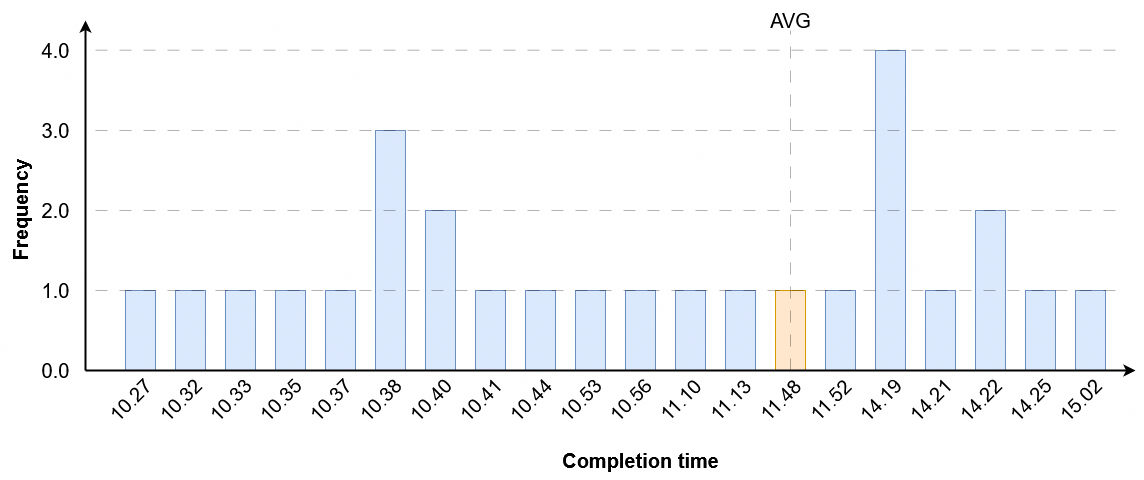
This is definition/images/participants/Participants_frequency.png from cristianlepore/Self-Sovereign-Identity, a draw.io export, as it was before one commit. Source tidied: cells renumbered, new cells last; positions are measured from the earlier drawing's top-left corner, leaving out a move shared by most shapes. Its diagram source:
```xml
<mxGraphModel>
  <root>
    <mxCell id="0" />
    <mxCell id="1" parent="0" />
    <mxCell id="2" value="&lt;font style=&quot;font-size: 20px;&quot;&gt;11.48&lt;font&gt;&lt;br&gt;&lt;/font&gt;&lt;/font&gt;" style="text;html=1;align=center;verticalAlign=middle;strokeColor=none;fillColor=none;rotation=-45;" parent="1" vertex="1">
      <mxGeometry x="785" y="380" width="70" height="40" as="geometry" />
    </mxCell>
    <mxCell id="3" style="endArrow=classic;html=1;rounded=0;strokeWidth=2;" parent="1" edge="1">
      <mxGeometry relative="1" as="geometry">
        <mxPoint x="125" y="370" as="sourcePoint" />
        <mxPoint x="125" y="20" as="targetPoint" />
      </mxGeometry>
    </mxCell>
    <mxCell id="4" value="&lt;b&gt;&lt;font style=&quot;font-size: 20px;&quot;&gt;Frequency&lt;/font&gt;&lt;/b&gt;" style="text;html=1;align=center;verticalAlign=middle;strokeColor=none;fillColor=none;rotation=-90;" parent="1" vertex="1">
      <mxGeometry y="190" width="120" height="40" as="geometry" />
    </mxCell>
    <mxCell id="5" value="&lt;b&gt;&lt;font style=&quot;font-size: 20px;&quot;&gt;Completion time&lt;br&gt;&lt;/font&gt;&lt;/b&gt;" style="text;html=1;align=center;verticalAlign=middle;strokeColor=none;fillColor=none;rotation=0;" parent="1" vertex="1">
      <mxGeometry x="590" y="440" width="180" height="40" as="geometry" />
    </mxCell>
    <mxCell id="6" style="rounded=0;whiteSpace=wrap;html=1;fillColor=#dae8fc;strokeColor=#6c8ebf;" parent="1" vertex="1">
      <mxGeometry x="165" y="290" width="30" height="80" as="geometry" />
    </mxCell>
    <mxCell id="7" style="rounded=0;whiteSpace=wrap;html=1;fillColor=#dae8fc;strokeColor=#6c8ebf;" parent="1" vertex="1">
      <mxGeometry x="215" y="290" width="30" height="80" as="geometry" />
    </mxCell>
    <mxCell id="8" style="rounded=0;whiteSpace=wrap;html=1;fillColor=#dae8fc;strokeColor=#6c8ebf;" parent="1" vertex="1">
      <mxGeometry x="265" y="290" width="30" height="80" as="geometry" />
    </mxCell>
    <mxCell id="9" style="rounded=0;whiteSpace=wrap;html=1;fillColor=#dae8fc;strokeColor=#6c8ebf;" parent="1" vertex="1">
      <mxGeometry x="315" y="290" width="30" height="80" as="geometry" />
    </mxCell>
    <mxCell id="10" style="rounded=0;whiteSpace=wrap;html=1;fillColor=#dae8fc;strokeColor=#6c8ebf;" parent="1" vertex="1">
      <mxGeometry x="365" y="290" width="30" height="80" as="geometry" />
    </mxCell>
    <mxCell id="11" style="rounded=0;whiteSpace=wrap;html=1;fillColor=#dae8fc;strokeColor=#6c8ebf;" parent="1" vertex="1">
      <mxGeometry x="415" y="130" width="30" height="240" as="geometry" />
    </mxCell>
    <mxCell id="12" style="rounded=0;whiteSpace=wrap;html=1;fillColor=#dae8fc;strokeColor=#6c8ebf;" parent="1" vertex="1">
      <mxGeometry x="465" y="210" width="30" height="160" as="geometry" />
    </mxCell>
    <mxCell id="13" style="rounded=0;whiteSpace=wrap;html=1;fillColor=#dae8fc;strokeColor=#6c8ebf;" parent="1" vertex="1">
      <mxGeometry x="515" y="290" width="30" height="80" as="geometry" />
    </mxCell>
    <mxCell id="14" style="rounded=0;whiteSpace=wrap;html=1;fillColor=#dae8fc;strokeColor=#6c8ebf;" parent="1" vertex="1">
      <mxGeometry x="565" y="290" width="30" height="80" as="geometry" />
    </mxCell>
    <mxCell id="15" style="rounded=0;whiteSpace=wrap;html=1;fillColor=#dae8fc;strokeColor=#6c8ebf;" parent="1" vertex="1">
      <mxGeometry x="615" y="290" width="30" height="80" as="geometry" />
    </mxCell>
    <mxCell id="16" style="rounded=0;whiteSpace=wrap;html=1;fillColor=#dae8fc;strokeColor=#6c8ebf;" parent="1" vertex="1">
      <mxGeometry x="665" y="290" width="30" height="80" as="geometry" />
    </mxCell>
    <mxCell id="17" style="rounded=0;whiteSpace=wrap;html=1;fillColor=#dae8fc;strokeColor=#6c8ebf;" parent="1" vertex="1">
      <mxGeometry x="715" y="290" width="30" height="80" as="geometry" />
    </mxCell>
    <mxCell id="18" style="rounded=0;whiteSpace=wrap;html=1;fillColor=#dae8fc;strokeColor=#6c8ebf;" parent="1" vertex="1">
      <mxGeometry x="765" y="290" width="30" height="80" as="geometry" />
    </mxCell>
    <mxCell id="19" style="rounded=0;whiteSpace=wrap;html=1;fillColor=#ffe6cc;strokeColor=#d79b00;" parent="1" vertex="1">
      <mxGeometry x="815" y="290" width="30" height="80" as="geometry" />
    </mxCell>
    <mxCell id="20" style="rounded=0;whiteSpace=wrap;html=1;fillColor=#dae8fc;strokeColor=#6c8ebf;" parent="1" vertex="1">
      <mxGeometry x="865" y="290" width="30" height="80" as="geometry" />
    </mxCell>
    <mxCell id="21" style="rounded=0;whiteSpace=wrap;html=1;fillColor=#dae8fc;strokeColor=#6c8ebf;" parent="1" vertex="1">
      <mxGeometry x="1015" y="210" width="30" height="160" as="geometry" />
    </mxCell>
    <mxCell id="22" style="rounded=0;whiteSpace=wrap;html=1;fillColor=#dae8fc;strokeColor=#6c8ebf;" parent="1" vertex="1">
      <mxGeometry x="965" y="290" width="30" height="80" as="geometry" />
    </mxCell>
    <mxCell id="23" style="rounded=0;whiteSpace=wrap;html=1;fillColor=#dae8fc;strokeColor=#6c8ebf;" parent="1" vertex="1">
      <mxGeometry x="1065" y="290" width="30" height="80" as="geometry" />
    </mxCell>
    <mxCell id="24" style="rounded=0;whiteSpace=wrap;html=1;fillColor=#dae8fc;strokeColor=#6c8ebf;" parent="1" vertex="1">
      <mxGeometry x="1115" y="290" width="30" height="80" as="geometry" />
    </mxCell>
    <mxCell id="25" style="rounded=0;whiteSpace=wrap;html=1;fillColor=#dae8fc;strokeColor=#6c8ebf;" parent="1" vertex="1">
      <mxGeometry x="915" y="50" width="30" height="320" as="geometry" />
    </mxCell>
    <mxCell id="26" value="&lt;font style=&quot;font-size: 20px;&quot;&gt;0.0&lt;font&gt;&lt;br&gt;&lt;/font&gt;&lt;/font&gt;" style="text;html=1;align=center;verticalAlign=middle;strokeColor=none;fillColor=none;rotation=0;" parent="1" vertex="1">
      <mxGeometry x="70" y="350" width="50" height="40" as="geometry" />
    </mxCell>
    <mxCell id="27" value="&lt;font style=&quot;font-size: 20px;&quot;&gt;1.0&lt;font&gt;&lt;br&gt;&lt;/font&gt;&lt;/font&gt;" style="text;html=1;align=center;verticalAlign=middle;strokeColor=none;fillColor=none;rotation=0;" parent="1" vertex="1">
      <mxGeometry x="70" y="270" width="50" height="40" as="geometry" />
    </mxCell>
    <mxCell id="28" value="&lt;font style=&quot;font-size: 20px;&quot;&gt;3.0&lt;font&gt;&lt;br&gt;&lt;/font&gt;&lt;/font&gt;" style="text;html=1;align=center;verticalAlign=middle;strokeColor=none;fillColor=none;rotation=0;" parent="1" vertex="1">
      <mxGeometry x="70" y="110" width="50" height="40" as="geometry" />
    </mxCell>
    <mxCell id="29" value="&lt;font style=&quot;font-size: 20px;&quot;&gt;4.0&lt;font&gt;&lt;br&gt;&lt;/font&gt;&lt;/font&gt;" style="text;html=1;align=center;verticalAlign=middle;strokeColor=none;fillColor=none;rotation=0;" parent="1" vertex="1">
      <mxGeometry x="70" y="30" width="50" height="40" as="geometry" />
    </mxCell>
    <mxCell id="30" value="&lt;font style=&quot;font-size: 20px;&quot;&gt;2.0&lt;font&gt;&lt;br&gt;&lt;/font&gt;&lt;/font&gt;" style="text;html=1;align=center;verticalAlign=middle;strokeColor=none;fillColor=none;rotation=0;" parent="1" vertex="1">
      <mxGeometry x="70" y="190" width="50" height="40" as="geometry" />
    </mxCell>
    <mxCell id="31" style="endArrow=none;dashed=1;html=1;rounded=0;dashPattern=12 12;opacity=30;" parent="1" edge="1">
      <mxGeometry relative="1" as="geometry">
        <mxPoint x="135" y="130" as="sourcePoint" />
        <mxPoint x="1155" y="130" as="targetPoint" />
      </mxGeometry>
    </mxCell>
    <mxCell id="32" style="endArrow=none;dashed=1;html=1;rounded=0;dashPattern=12 12;opacity=30;" parent="1" edge="1">
      <mxGeometry relative="1" as="geometry">
        <mxPoint x="135" y="49.7" as="sourcePoint" />
        <mxPoint x="1155" y="49.7" as="targetPoint" />
      </mxGeometry>
    </mxCell>
    <mxCell id="33" style="endArrow=none;dashed=1;html=1;rounded=0;dashPattern=12 12;opacity=30;" parent="1" edge="1">
      <mxGeometry relative="1" as="geometry">
        <mxPoint x="135" y="290" as="sourcePoint" />
        <mxPoint x="1155" y="290" as="targetPoint" />
      </mxGeometry>
    </mxCell>
    <mxCell id="34" style="endArrow=none;dashed=1;html=1;rounded=0;dashPattern=12 12;opacity=30;" parent="1" edge="1">
      <mxGeometry relative="1" as="geometry">
        <mxPoint x="135" y="210" as="sourcePoint" />
        <mxPoint x="1155" y="210" as="targetPoint" />
      </mxGeometry>
    </mxCell>
    <mxCell id="35" style="endArrow=classic;html=1;rounded=0;strokeWidth=2;" parent="1" edge="1">
      <mxGeometry relative="1" as="geometry">
        <mxPoint x="125" y="370" as="sourcePoint" />
        <mxPoint x="1175" y="370" as="targetPoint" />
      </mxGeometry>
    </mxCell>
    <mxCell id="36" value="&lt;font style=&quot;font-size: 20px;&quot;&gt;10.27&lt;font&gt;&lt;br&gt;&lt;/font&gt;&lt;/font&gt;" style="text;html=1;align=center;verticalAlign=middle;strokeColor=none;fillColor=none;rotation=-45;" parent="1" vertex="1">
      <mxGeometry x="135" y="380" width="70" height="40" as="geometry" />
    </mxCell>
    <mxCell id="37" value="&lt;font style=&quot;font-size: 20px;&quot;&gt;10.32&lt;font&gt;&lt;br&gt;&lt;/font&gt;&lt;/font&gt;" style="text;html=1;align=center;verticalAlign=middle;strokeColor=none;fillColor=none;rotation=-45;" parent="1" vertex="1">
      <mxGeometry x="185" y="380" width="70" height="40" as="geometry" />
    </mxCell>
    <mxCell id="38" value="&lt;font style=&quot;font-size: 20px;&quot;&gt;10.33&lt;font&gt;&lt;br&gt;&lt;/font&gt;&lt;/font&gt;" style="text;html=1;align=center;verticalAlign=middle;strokeColor=none;fillColor=none;rotation=-45;" parent="1" vertex="1">
      <mxGeometry x="235" y="380" width="70" height="40" as="geometry" />
    </mxCell>
    <mxCell id="39" value="&lt;font style=&quot;font-size: 20px;&quot;&gt;10.35&lt;font&gt;&lt;br&gt;&lt;/font&gt;&lt;/font&gt;" style="text;html=1;align=center;verticalAlign=middle;strokeColor=none;fillColor=none;rotation=-45;" parent="1" vertex="1">
      <mxGeometry x="285" y="380" width="70" height="40" as="geometry" />
    </mxCell>
    <mxCell id="40" value="&lt;font style=&quot;font-size: 20px;&quot;&gt;10.37&lt;font&gt;&lt;br&gt;&lt;/font&gt;&lt;/font&gt;" style="text;html=1;align=center;verticalAlign=middle;strokeColor=none;fillColor=none;rotation=-45;" parent="1" vertex="1">
      <mxGeometry x="335" y="380" width="70" height="40" as="geometry" />
    </mxCell>
    <mxCell id="41" value="&lt;font style=&quot;font-size: 20px;&quot;&gt;10.38&lt;font&gt;&lt;br&gt;&lt;/font&gt;&lt;/font&gt;" style="text;html=1;align=center;verticalAlign=middle;strokeColor=none;fillColor=none;rotation=-45;" parent="1" vertex="1">
      <mxGeometry x="385" y="380" width="70" height="40" as="geometry" />
    </mxCell>
    <mxCell id="42" value="&lt;font style=&quot;font-size: 20px;&quot;&gt;10.40&lt;font&gt;&lt;br&gt;&lt;/font&gt;&lt;/font&gt;" style="text;html=1;align=center;verticalAlign=middle;strokeColor=none;fillColor=none;rotation=-45;" parent="1" vertex="1">
      <mxGeometry x="435" y="380" width="70" height="40" as="geometry" />
    </mxCell>
    <mxCell id="43" value="&lt;font style=&quot;font-size: 20px;&quot;&gt;10.41&lt;font&gt;&lt;br&gt;&lt;/font&gt;&lt;/font&gt;" style="text;html=1;align=center;verticalAlign=middle;strokeColor=none;fillColor=none;rotation=-45;" parent="1" vertex="1">
      <mxGeometry x="485" y="380" width="70" height="40" as="geometry" />
    </mxCell>
    <mxCell id="44" value="&lt;font style=&quot;font-size: 20px;&quot;&gt;10.44&lt;font&gt;&lt;br&gt;&lt;/font&gt;&lt;/font&gt;" style="text;html=1;align=center;verticalAlign=middle;strokeColor=none;fillColor=none;rotation=-45;" parent="1" vertex="1">
      <mxGeometry x="535" y="380" width="70" height="40" as="geometry" />
    </mxCell>
    <mxCell id="45" value="&lt;font style=&quot;font-size: 20px;&quot;&gt;10.53&lt;font&gt;&lt;br&gt;&lt;/font&gt;&lt;/font&gt;" style="text;html=1;align=center;verticalAlign=middle;strokeColor=none;fillColor=none;rotation=-45;" parent="1" vertex="1">
      <mxGeometry x="585" y="380" width="70" height="40" as="geometry" />
    </mxCell>
    <mxCell id="46" value="&lt;font style=&quot;font-size: 20px;&quot;&gt;10.56&lt;font&gt;&lt;br&gt;&lt;/font&gt;&lt;/font&gt;" style="text;html=1;align=center;verticalAlign=middle;strokeColor=none;fillColor=none;rotation=-45;" parent="1" vertex="1">
      <mxGeometry x="635" y="380" width="70" height="40" as="geometry" />
    </mxCell>
    <mxCell id="47" value="&lt;font style=&quot;font-size: 20px;&quot;&gt;11.10&lt;font&gt;&lt;br&gt;&lt;/font&gt;&lt;/font&gt;" style="text;html=1;align=center;verticalAlign=middle;strokeColor=none;fillColor=none;rotation=-45;" parent="1" vertex="1">
      <mxGeometry x="685" y="380" width="70" height="40" as="geometry" />
    </mxCell>
    <mxCell id="48" value="&lt;font style=&quot;font-size: 20px;&quot;&gt;11.13&lt;font&gt;&lt;br&gt;&lt;/font&gt;&lt;/font&gt;" style="text;html=1;align=center;verticalAlign=middle;strokeColor=none;fillColor=none;rotation=-45;" parent="1" vertex="1">
      <mxGeometry x="735" y="380" width="70" height="40" as="geometry" />
    </mxCell>
    <mxCell id="49" value="&lt;font style=&quot;font-size: 20px;&quot;&gt;11.52&lt;font&gt;&lt;br&gt;&lt;/font&gt;&lt;/font&gt;" style="text;html=1;align=center;verticalAlign=middle;strokeColor=none;fillColor=none;rotation=-45;" parent="1" vertex="1">
      <mxGeometry x="835" y="380" width="70" height="40" as="geometry" />
    </mxCell>
    <mxCell id="50" value="&lt;font style=&quot;font-size: 20px;&quot;&gt;14.19&lt;font&gt;&lt;br&gt;&lt;/font&gt;&lt;/font&gt;" style="text;html=1;align=center;verticalAlign=middle;strokeColor=none;fillColor=none;rotation=-45;" parent="1" vertex="1">
      <mxGeometry x="885" y="380" width="70" height="40" as="geometry" />
    </mxCell>
    <mxCell id="51" value="&lt;font style=&quot;font-size: 20px;&quot;&gt;14.21&lt;font&gt;&lt;br&gt;&lt;/font&gt;&lt;/font&gt;" style="text;html=1;align=center;verticalAlign=middle;strokeColor=none;fillColor=none;rotation=-45;" parent="1" vertex="1">
      <mxGeometry x="935" y="380" width="70" height="40" as="geometry" />
    </mxCell>
    <mxCell id="52" value="&lt;font style=&quot;font-size: 20px;&quot;&gt;14.22&lt;font&gt;&lt;br&gt;&lt;/font&gt;&lt;/font&gt;" style="text;html=1;align=center;verticalAlign=middle;strokeColor=none;fillColor=none;rotation=-45;" parent="1" vertex="1">
      <mxGeometry x="985" y="380" width="70" height="40" as="geometry" />
    </mxCell>
    <mxCell id="53" value="&lt;font style=&quot;font-size: 20px;&quot;&gt;14.25&lt;font&gt;&lt;br&gt;&lt;/font&gt;&lt;/font&gt;" style="text;html=1;align=center;verticalAlign=middle;strokeColor=none;fillColor=none;rotation=-45;" parent="1" vertex="1">
      <mxGeometry x="1035" y="380" width="70" height="40" as="geometry" />
    </mxCell>
    <mxCell id="54" value="&lt;font style=&quot;font-size: 20px;&quot;&gt;15.02&lt;font&gt;&lt;br&gt;&lt;/font&gt;&lt;/font&gt;" style="text;html=1;align=center;verticalAlign=middle;strokeColor=none;fillColor=none;rotation=-45;" parent="1" vertex="1">
      <mxGeometry x="1085" y="380" width="70" height="40" as="geometry" />
    </mxCell>
    <mxCell id="55" style="endArrow=none;html=1;rounded=0;dashed=1;dashPattern=12 12;opacity=30;" parent="1" edge="1">
      <mxGeometry relative="1" as="geometry">
        <mxPoint x="830" y="370" as="sourcePoint" />
        <mxPoint x="830" y="30" as="targetPoint" />
      </mxGeometry>
    </mxCell>
    <mxCell id="56" value="&lt;font style=&quot;font-size: 20px;&quot;&gt;AVG&lt;font&gt;&lt;br&gt;&lt;/font&gt;&lt;/font&gt;" style="text;html=1;align=center;verticalAlign=middle;strokeColor=none;fillColor=none;rotation=0;" parent="1" vertex="1">
      <mxGeometry x="800" width="60" height="40" as="geometry" />
    </mxCell>
  </root>
</mxGraphModel>
```
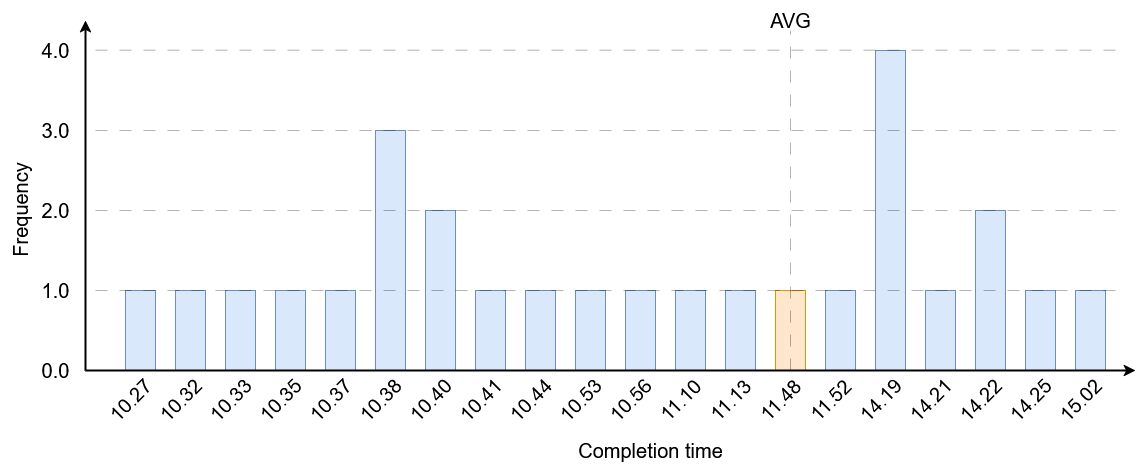
Later version of the same file.

The edit, as a diff of the source:
```diff
@@ -5,17 +5,17 @@
     <mxCell id="2" value="&lt;font style=&quot;font-size: 20px;&quot;&gt;11.48&lt;font&gt;&lt;br&gt;&lt;/font&gt;&lt;/font&gt;" style="text;html=1;align=center;verticalAlign=middle;strokeColor=none;fillColor=none;rotation=-45;" parent="1" vertex="1">
       <mxGeometry x="785" y="380" width="70" height="40" as="geometry" />
     </mxCell>
-    <mxCell id="3" style="endArrow=classic;html=1;rounded=0;strokeWidth=2;" parent="1" edge="1">
-      <mxGeometry relative="1" as="geometry">
-        <mxPoint x="125" y="370" as="sourcePoint" />
-        <mxPoint x="125" y="20" as="targetPoint" />
-      </mxGeometry>
-    </mxCell>
+    <mxCell id="57" style="endArrow=classic;html=1;rounded=0;strokeWidth=2;" parent="1" edge="1">
+      <mxGeometry relative="1" as="geometry">
+        <mxPoint x="125" y="370" as="sourcePoint" />
+        <mxPoint x="125" y="20" as="targetPoint" />
+      </mxGeometry>
+    </mxCell>
-    <mxCell id="4" value="&lt;b&gt;&lt;font style=&quot;font-size: 20px;&quot;&gt;Frequency&lt;/font&gt;&lt;/b&gt;" style="text;html=1;align=center;verticalAlign=middle;strokeColor=none;fillColor=none;rotation=-90;" parent="1" vertex="1">
+    <mxCell id="4" value="&lt;font style=&quot;font-size: 20px;&quot;&gt;Frequency&lt;/font&gt;" style="text;html=1;align=center;verticalAlign=middle;strokeColor=none;fillColor=none;rotation=-90;" parent="1" vertex="1">
       <mxGeometry y="190" width="120" height="40" as="geometry" />
     </mxCell>
-    <mxCell id="5" value="&lt;b&gt;&lt;font style=&quot;font-size: 20px;&quot;&gt;Completion time&lt;br&gt;&lt;/font&gt;&lt;/b&gt;" style="text;html=1;align=center;verticalAlign=middle;strokeColor=none;fillColor=none;rotation=0;" parent="1" vertex="1">
-      <mxGeometry x="590" y="440" width="180" height="40" as="geometry" />
+    <mxCell id="5" value="&lt;font style=&quot;font-size: 20px;&quot;&gt;Completion time&lt;/font&gt;&lt;b&gt;&lt;font style=&quot;font-size: 20px;&quot;&gt;&lt;br&gt;&lt;/font&gt;&lt;/b&gt;" style="text;html=1;align=center;verticalAlign=middle;strokeColor=none;fillColor=none;rotation=0;" parent="1" vertex="1">
+      <mxGeometry x="605" y="430" width="170" height="40" as="geometry" />
     </mxCell>
     <mxCell id="6" style="rounded=0;whiteSpace=wrap;html=1;fillColor=#dae8fc;strokeColor=#6c8ebf;" parent="1" vertex="1">
       <mxGeometry x="165" y="290" width="30" height="80" as="geometry" />
@@ -92,36 +92,36 @@
     <mxCell id="30" value="&lt;font style=&quot;font-size: 20px;&quot;&gt;2.0&lt;font&gt;&lt;br&gt;&lt;/font&gt;&lt;/font&gt;" style="text;html=1;align=center;verticalAlign=middle;strokeColor=none;fillColor=none;rotation=0;" parent="1" vertex="1">
       <mxGeometry x="70" y="190" width="50" height="40" as="geometry" />
     </mxCell>
-    <mxCell id="31" style="endArrow=none;dashed=1;html=1;rounded=0;dashPattern=12 12;opacity=30;" parent="1" edge="1">
-      <mxGeometry relative="1" as="geometry">
-        <mxPoint x="135" y="130" as="sourcePoint" />
-        <mxPoint x="1155" y="130" as="targetPoint" />
-      </mxGeometry>
-    </mxCell>
-    <mxCell id="32" style="endArrow=none;dashed=1;html=1;rounded=0;dashPattern=12 12;opacity=30;" parent="1" edge="1">
-      <mxGeometry relative="1" as="geometry">
-        <mxPoint x="135" y="49.7" as="sourcePoint" />
-        <mxPoint x="1155" y="49.7" as="targetPoint" />
-      </mxGeometry>
-    </mxCell>
-    <mxCell id="33" style="endArrow=none;dashed=1;html=1;rounded=0;dashPattern=12 12;opacity=30;" parent="1" edge="1">
-      <mxGeometry relative="1" as="geometry">
-        <mxPoint x="135" y="290" as="sourcePoint" />
-        <mxPoint x="1155" y="290" as="targetPoint" />
-      </mxGeometry>
-    </mxCell>
-    <mxCell id="34" style="endArrow=none;dashed=1;html=1;rounded=0;dashPattern=12 12;opacity=30;" parent="1" edge="1">
-      <mxGeometry relative="1" as="geometry">
-        <mxPoint x="135" y="210" as="sourcePoint" />
-        <mxPoint x="1155" y="210" as="targetPoint" />
-      </mxGeometry>
-    </mxCell>
-    <mxCell id="35" style="endArrow=classic;html=1;rounded=0;strokeWidth=2;" parent="1" edge="1">
-      <mxGeometry relative="1" as="geometry">
-        <mxPoint x="125" y="370" as="sourcePoint" />
-        <mxPoint x="1175" y="370" as="targetPoint" />
-      </mxGeometry>
-    </mxCell>
+    <mxCell id="58" style="endArrow=none;dashed=1;html=1;rounded=0;dashPattern=12 12;opacity=30;" parent="1" edge="1">
+      <mxGeometry relative="1" as="geometry">
+        <mxPoint x="135" y="130" as="sourcePoint" />
+        <mxPoint x="1155" y="130" as="targetPoint" />
+      </mxGeometry>
+    </mxCell>
+    <mxCell id="59" style="endArrow=none;dashed=1;html=1;rounded=0;dashPattern=12 12;opacity=30;" parent="1" edge="1">
+      <mxGeometry relative="1" as="geometry">
+        <mxPoint x="135" y="49.7" as="sourcePoint" />
+        <mxPoint x="1155" y="49.7" as="targetPoint" />
+      </mxGeometry>
+    </mxCell>
+    <mxCell id="60" style="endArrow=none;dashed=1;html=1;rounded=0;dashPattern=12 12;opacity=30;" parent="1" edge="1">
+      <mxGeometry relative="1" as="geometry">
+        <mxPoint x="135" y="290" as="sourcePoint" />
+        <mxPoint x="1155" y="290" as="targetPoint" />
+      </mxGeometry>
+    </mxCell>
+    <mxCell id="61" style="endArrow=none;dashed=1;html=1;rounded=0;dashPattern=12 12;opacity=30;" parent="1" edge="1">
+      <mxGeometry relative="1" as="geometry">
+        <mxPoint x="135" y="210" as="sourcePoint" />
+        <mxPoint x="1155" y="210" as="targetPoint" />
+      </mxGeometry>
+    </mxCell>
+    <mxCell id="62" style="endArrow=classic;html=1;rounded=0;strokeWidth=2;" parent="1" edge="1">
+      <mxGeometry relative="1" as="geometry">
+        <mxPoint x="125" y="370" as="sourcePoint" />
+        <mxPoint x="1175" y="370" as="targetPoint" />
+      </mxGeometry>
+    </mxCell>
     <mxCell id="36" value="&lt;font style=&quot;font-size: 20px;&quot;&gt;10.27&lt;font&gt;&lt;br&gt;&lt;/font&gt;&lt;/font&gt;" style="text;html=1;align=center;verticalAlign=middle;strokeColor=none;fillColor=none;rotation=-45;" parent="1" vertex="1">
       <mxGeometry x="135" y="380" width="70" height="40" as="geometry" />
     </mxCell>
@@ -179,12 +179,12 @@
     <mxCell id="54" value="&lt;font style=&quot;font-size: 20px;&quot;&gt;15.02&lt;font&gt;&lt;br&gt;&lt;/font&gt;&lt;/font&gt;" style="text;html=1;align=center;verticalAlign=middle;strokeColor=none;fillColor=none;rotation=-45;" parent="1" vertex="1">
       <mxGeometry x="1085" y="380" width="70" height="40" as="geometry" />
     </mxCell>
-    <mxCell id="55" style="endArrow=none;html=1;rounded=0;dashed=1;dashPattern=12 12;opacity=30;" parent="1" edge="1">
-      <mxGeometry relative="1" as="geometry">
-        <mxPoint x="830" y="370" as="sourcePoint" />
-        <mxPoint x="830" y="30" as="targetPoint" />
-      </mxGeometry>
-    </mxCell>
+    <mxCell id="63" style="endArrow=none;html=1;rounded=0;dashed=1;dashPattern=12 12;opacity=30;" parent="1" edge="1">
+      <mxGeometry relative="1" as="geometry">
+        <mxPoint x="830" y="370" as="sourcePoint" />
+        <mxPoint x="830" y="30" as="targetPoint" />
+      </mxGeometry>
+    </mxCell>
     <mxCell id="56" value="&lt;font style=&quot;font-size: 20px;&quot;&gt;AVG&lt;font&gt;&lt;br&gt;&lt;/font&gt;&lt;/font&gt;" style="text;html=1;align=center;verticalAlign=middle;strokeColor=none;fillColor=none;rotation=0;" parent="1" vertex="1">
       <mxGeometry x="800" width="60" height="40" as="geometry" />
     </mxCell>
```
